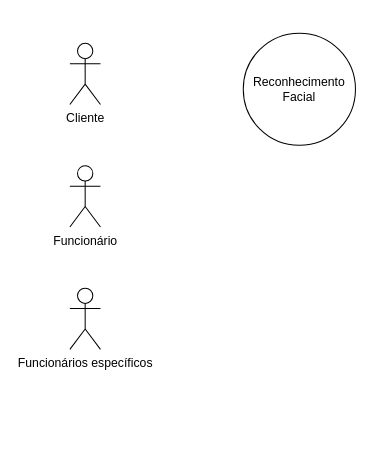
kauemelenek/Banco-de-dados keeps this draw.io diagram as Untitled Diagram.drawio. Above is the earlier version. Source tidied: cells renumbered, new cells numbered last; positions are measured from the earlier drawing's top-left corner, leaving out a move shared by most shapes. Both pictures are drawn from the tidied source at 102%, with x=0, y=0 at pixel (69, 33).
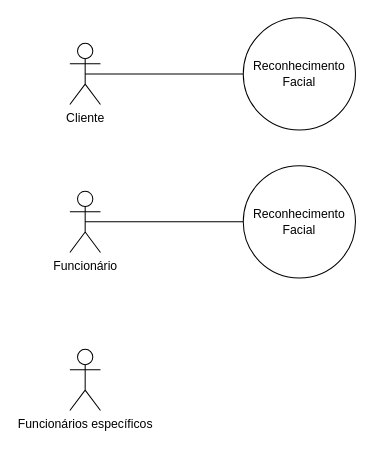
The same page after the edit.

Commit message:
caso de uso

The edit, as a diff of the source:
```diff
@@
 <mxGraphModel>
   <root>
     <mxCell id="0" />
     <mxCell id="1" parent="0" />
     <mxCell id="2" value="Funcionário" style="shape=umlActor;verticalLabelPosition=bottom;verticalAlign=top;html=1;outlineConnect=0;" parent="1" vertex="1">
-      <mxGeometry y="130" width="30" height="60" as="geometry" />
+      <mxGeometry y="155" width="30" height="60" as="geometry" />
     </mxCell>
     <mxCell id="3" value="Funcionários específicos" style="shape=umlActor;verticalLabelPosition=bottom;verticalAlign=top;html=1;" parent="1" vertex="1">
-      <mxGeometry y="250" width="30" height="60" as="geometry" />
+      <mxGeometry y="310" width="30" height="60" as="geometry" />
     </mxCell>
     <mxCell id="4" value="Cliente" style="shape=umlActor;verticalLabelPosition=bottom;verticalAlign=top;html=1;outlineConnect=0;" parent="1" vertex="1">
       <mxGeometry y="10" width="30" height="60" as="geometry" />
     </mxCell>
     <mxCell id="5" value="Reconhecimento Facial" style="ellipse;whiteSpace=wrap;html=1;" parent="1" vertex="1">
-      <mxGeometry x="170" width="110" height="110" as="geometry" />
+      <mxGeometry x="170" y="-15" width="110" height="110" as="geometry" />
     </mxCell>
+    <mxCell id="6" value="Reconhecimento Facial" style="ellipse;whiteSpace=wrap;html=1;" parent="1" vertex="1">
+      <mxGeometry x="170" y="130" width="110" height="110" as="geometry" />
+    </mxCell>
+    <mxCell id="7" style="endArrow=none;html=1;rounded=0;exitX=0.5;exitY=0.5;exitDx=0;exitDy=0;exitPerimeter=0;entryX=0;entryY=0.5;entryDx=0;entryDy=0;" parent="1" edge="1" source="4" target="5">
+      <mxGeometry relative="1" as="geometry" />
+    </mxCell>
+    <mxCell id="8" style="endArrow=none;html=1;rounded=0;exitX=0.5;exitY=0.5;exitDx=0;exitDy=0;exitPerimeter=0;entryX=0;entryY=0.5;entryDx=0;entryDy=0;" parent="1" edge="1" source="2" target="6">
+      <mxGeometry relative="1" as="geometry" />
+    </mxCell>
   </root>
 </mxGraphModel>
```
